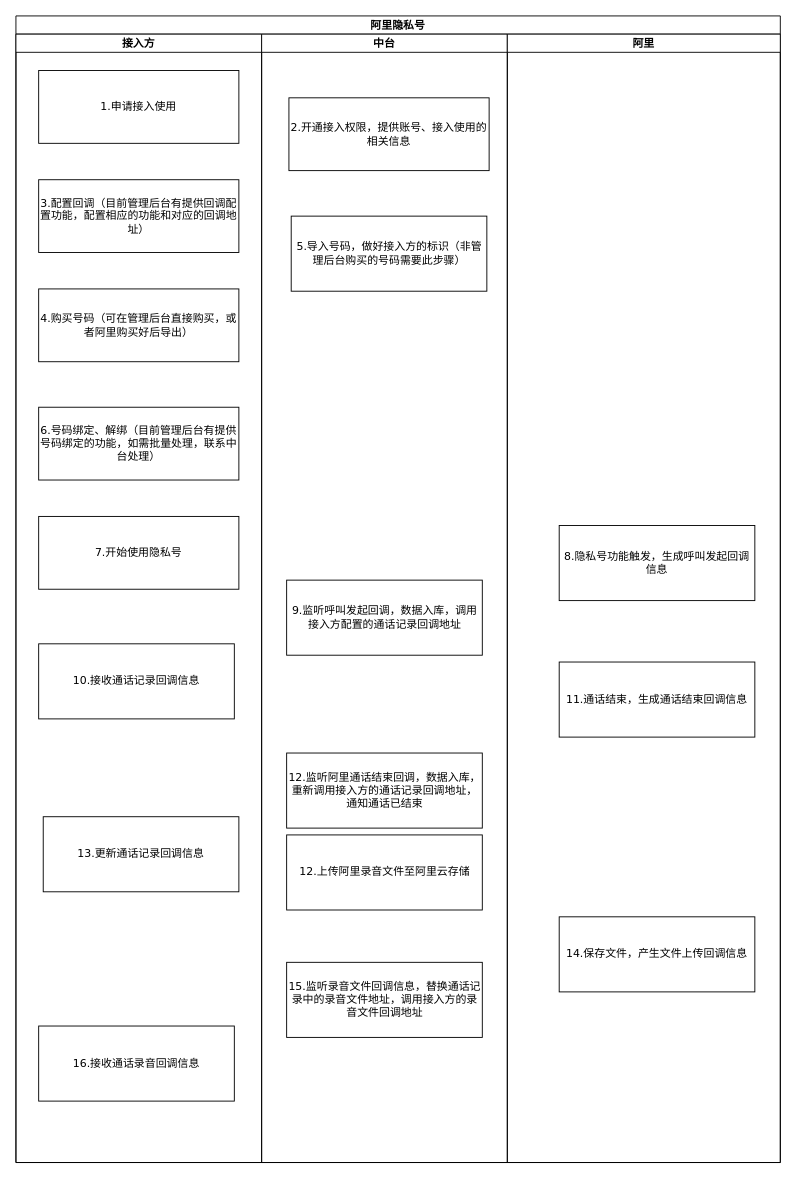
The draw.io diagram aliphone.drawio in quweiyuan/draw.io, before the edit. Source tidied: cells renumbered, new cells numbered last; positions are measured from the earlier drawing's top-left corner, leaving out a move shared by most shapes. Both pictures are drawn from the tidied source at 91%, with x=0, y=0 at pixel (15, 15).
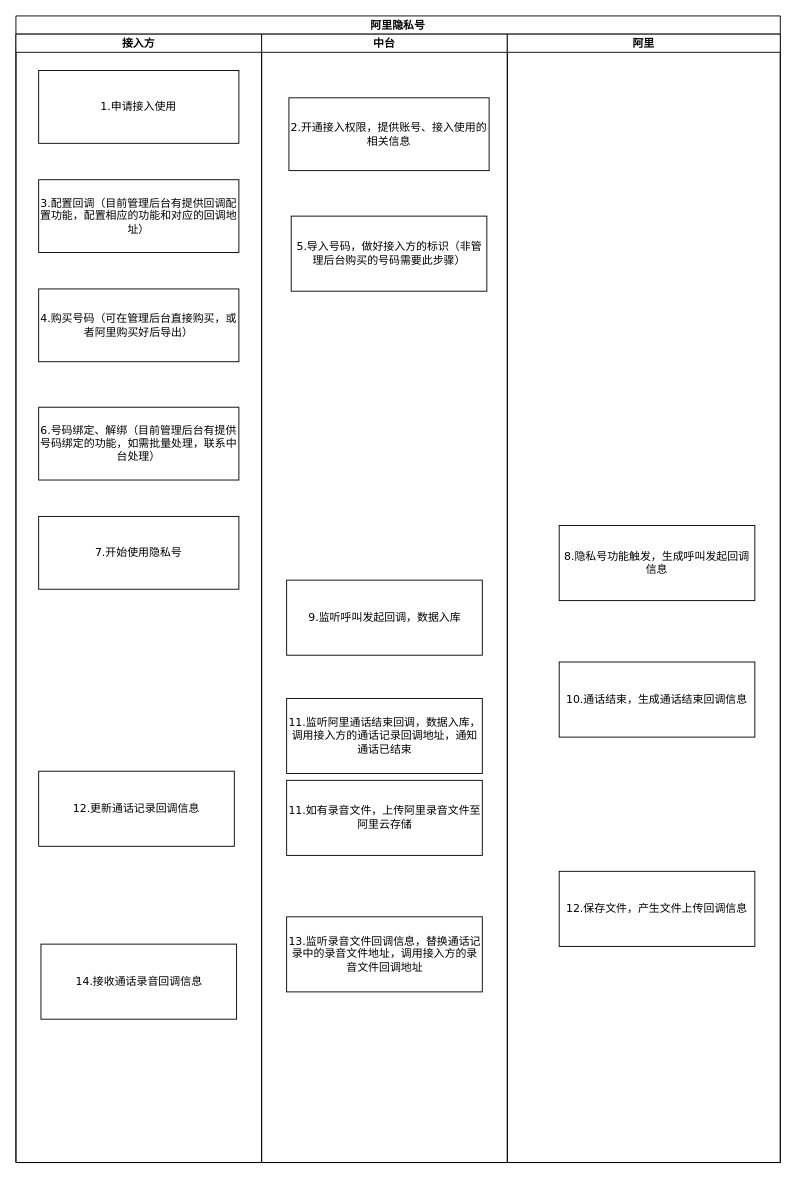
After the change.

The change refers to these unchanged cells:
```xml
<mxCell id="3" value="接入方" style="swimlane;startSize=20;" parent="2" vertex="1">
  <mxGeometry y="20" width="270" height="1240" as="geometry" />
</mxCell>
<mxCell id="12" value="中台" style="swimlane;startSize=20;" parent="2" vertex="1">
  <mxGeometry x="270" y="20" width="270" height="1240" as="geometry" />
</mxCell>
<mxCell id="19" value="阿里" style="swimlane;startSize=20;" parent="2" vertex="1">
  <mxGeometry x="540" y="20" width="300" height="1240" as="geometry" />
</mxCell>
```

Diff of the diagram source:
```diff
@@
-    <mxCell id="9" value="10.接收通话记录回调信息" style="rounded=0;whiteSpace=wrap;html=1;labelBackgroundColor=none;labelBorderColor=none;fontFamily=Verdana;verticalAlign=middle;" parent="3" vertex="1">
-      <mxGeometry x="25" y="670" width="215" height="82.5" as="geometry" />
-    </mxCell>
-    <mxCell id="10" value="13.更新通话记录回调信息" style="rounded=0;whiteSpace=wrap;html=1;labelBackgroundColor=none;labelBorderColor=none;fontFamily=Verdana;verticalAlign=middle;" parent="3" vertex="1">
-      <mxGeometry x="30" y="860" width="215" height="82.5" as="geometry" />
+    <mxCell id="10" value="12.更新通话记录回调信息" style="rounded=0;whiteSpace=wrap;html=1;labelBackgroundColor=none;labelBorderColor=none;fontFamily=Verdana;verticalAlign=middle;" parent="3" vertex="1">
+      <mxGeometry x="25" y="810" width="215" height="82.5" as="geometry" />
     </mxCell>
-    <mxCell id="11" value="16.接收通话录音回调信息" style="rounded=0;whiteSpace=wrap;html=1;labelBackgroundColor=none;labelBorderColor=none;fontFamily=Verdana;verticalAlign=middle;" parent="3" vertex="1">
-      <mxGeometry x="25" y="1090" width="215" height="82.5" as="geometry" />
+    <mxCell id="11" value="14.接收通话录音回调信息" style="rounded=0;whiteSpace=wrap;html=1;labelBackgroundColor=none;labelBorderColor=none;fontFamily=Verdana;verticalAlign=middle;" parent="3" vertex="1">
+      <mxGeometry x="27.5" y="1000" width="215" height="82.5" as="geometry" />
     </mxCell>
@@
-    <mxCell id="15" value="9.监听呼叫发起回调，数据入库，调用接入方配置的通话记录回调地址" style="rounded=0;whiteSpace=wrap;html=1;labelBackgroundColor=none;labelBorderColor=none;fontFamily=Verdana;verticalAlign=middle;" parent="12" vertex="1">
+    <mxCell id="15" value="9.监听呼叫发起回调，数据入库" style="rounded=0;whiteSpace=wrap;html=1;labelBackgroundColor=none;labelBorderColor=none;fontFamily=Verdana;verticalAlign=middle;" parent="12" vertex="1">
       <mxGeometry x="27.5" y="600" width="215" height="82.5" as="geometry" />
     </mxCell>
-    <mxCell id="16" value="12.监听阿里通话结束回调，数据入库，重新调用接入方的通话记录回调地址，通知通话已结束" style="rounded=0;whiteSpace=wrap;html=1;labelBackgroundColor=none;labelBorderColor=none;fontFamily=Verdana;verticalAlign=middle;" parent="12" vertex="1">
-      <mxGeometry x="27.5" y="790" width="215" height="82.5" as="geometry" />
+    <mxCell id="16" value="11.监听阿里通话结束回调，数据入库，调用接入方的通话记录回调地址，通知通话已结束" style="rounded=0;whiteSpace=wrap;html=1;labelBackgroundColor=none;labelBorderColor=none;fontFamily=Verdana;verticalAlign=middle;" parent="12" vertex="1">
+      <mxGeometry x="27.5" y="730" width="215" height="82.5" as="geometry" />
     </mxCell>
-    <mxCell id="17" value="12.上传阿里录音文件至阿里云存储" style="rounded=0;whiteSpace=wrap;html=1;labelBackgroundColor=none;labelBorderColor=none;fontFamily=Verdana;verticalAlign=middle;" parent="12" vertex="1">
-      <mxGeometry x="27.5" y="880" width="215" height="82.5" as="geometry" />
+    <mxCell id="17" value="11.如有录音文件，上传阿里录音文件至阿里云存储" style="rounded=0;whiteSpace=wrap;html=1;labelBackgroundColor=none;labelBorderColor=none;fontFamily=Verdana;verticalAlign=middle;" parent="12" vertex="1">
+      <mxGeometry x="27.5" y="820" width="215" height="82.5" as="geometry" />
     </mxCell>
-    <mxCell id="18" value="15.监听录音文件回调信息，替换通话记录中的录音文件地址，调用接入方的录音文件回调地址" style="rounded=0;whiteSpace=wrap;html=1;labelBackgroundColor=none;labelBorderColor=none;fontFamily=Verdana;verticalAlign=middle;" parent="12" vertex="1">
-      <mxGeometry x="27.5" y="1020" width="215" height="82.5" as="geometry" />
+    <mxCell id="18" value="13.监听录音文件回调信息，替换通话记录中的录音文件地址，调用接入方的录音文件回调地址" style="rounded=0;whiteSpace=wrap;html=1;labelBackgroundColor=none;labelBorderColor=none;fontFamily=Verdana;verticalAlign=middle;" parent="12" vertex="1">
+      <mxGeometry x="27.5" y="970" width="215" height="82.5" as="geometry" />
     </mxCell>
@@
-    <mxCell id="21" value="11.通话结束，生成通话结束回调信息" style="rounded=0;whiteSpace=wrap;html=1;labelBackgroundColor=none;labelBorderColor=none;fontFamily=Verdana;verticalAlign=middle;" parent="19" vertex="1">
+    <mxCell id="21" value="10.通话结束，生成通话结束回调信息" style="rounded=0;whiteSpace=wrap;html=1;labelBackgroundColor=none;labelBorderColor=none;fontFamily=Verdana;verticalAlign=middle;" parent="19" vertex="1">
       <mxGeometry x="57" y="690" width="215" height="82.5" as="geometry" />
     </mxCell>
-    <mxCell id="22" value="14.保存文件，产生文件上传回调信息" style="rounded=0;whiteSpace=wrap;html=1;labelBackgroundColor=none;labelBorderColor=none;fontFamily=Verdana;verticalAlign=middle;" parent="19" vertex="1">
-      <mxGeometry x="57" y="970" width="215" height="82.5" as="geometry" />
+    <mxCell id="22" value="12.保存文件，产生文件上传回调信息" style="rounded=0;whiteSpace=wrap;html=1;labelBackgroundColor=none;labelBorderColor=none;fontFamily=Verdana;verticalAlign=middle;" parent="19" vertex="1">
+      <mxGeometry x="57" y="920" width="215" height="82.5" as="geometry" />
     </mxCell>
```
